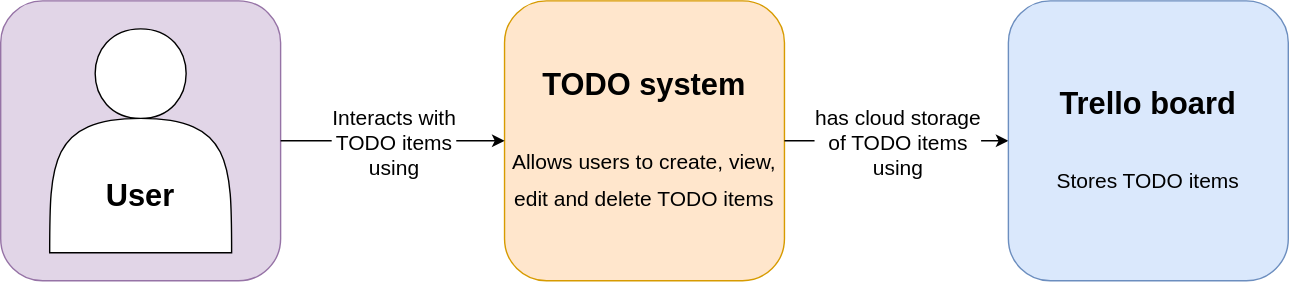
The draw.io diagram documentation/resources/ContextDiagram.svg in josephsilcock/DevOps-Course-Starter, before a commit. Source tidied: cells renumbered, new cells last; positions are measured from the earlier drawing's top-left corner, leaving out a move shared by most shapes.
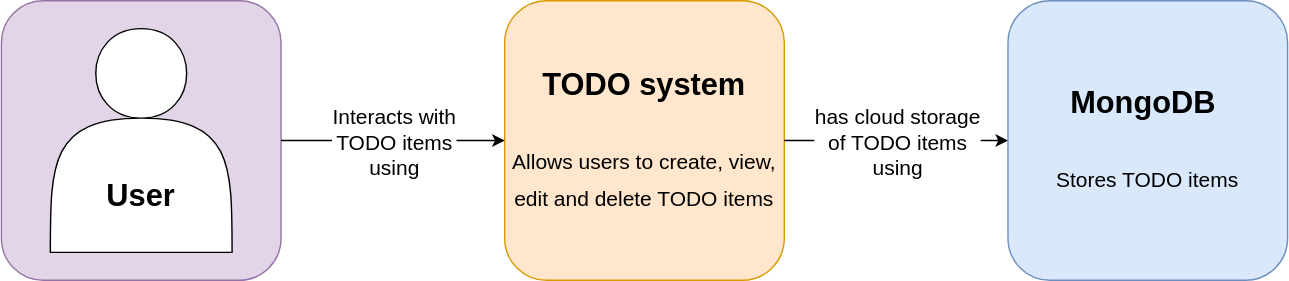
After the change.

The edit, as a diff of the source:
```diff
@@ -23,7 +23,7 @@
     <mxCell id="8" value="Interacts with&lt;br style=&quot;font-size: 15px;&quot;&gt;TODO items&lt;br style=&quot;font-size: 15px;&quot;&gt;using" style="edgeLabel;html=1;align=center;verticalAlign=middle;rounded=0;shadow=0;sketch=0;fontFamily=Helvetica;fontSize=15;strokeColor=#9673A6;fillColor=#9673A6;gradientColor=none;" parent="7" vertex="1">
       <mxGeometry relative="1" as="geometry" />
     </mxCell>
-    <mxCell id="9" value="&lt;b&gt;Trello board&lt;/b&gt;&lt;br&gt;&lt;br&gt;&lt;font style=&quot;font-size: 15px&quot;&gt;Stores TODO items&lt;/font&gt;" style="rounded=1;whiteSpace=wrap;html=1;shadow=0;sketch=0;fontFamily=Helvetica;fontSize=22;fillColor=#dae8fc;strokeColor=#6c8ebf;" parent="1" vertex="1">
+    <mxCell id="9" value="&lt;b&gt;MongoDB&amp;nbsp;&lt;br&gt;&lt;/b&gt;&lt;br&gt;&lt;font style=&quot;font-size: 15px&quot;&gt;Stores TODO items&lt;/font&gt;" style="rounded=1;whiteSpace=wrap;html=1;shadow=0;sketch=0;fontFamily=Helvetica;fontSize=22;fillColor=#dae8fc;strokeColor=#6c8ebf;" parent="1" vertex="1">
       <mxGeometry x="720" width="200" height="200" as="geometry" />
     </mxCell>
   </root>
```
